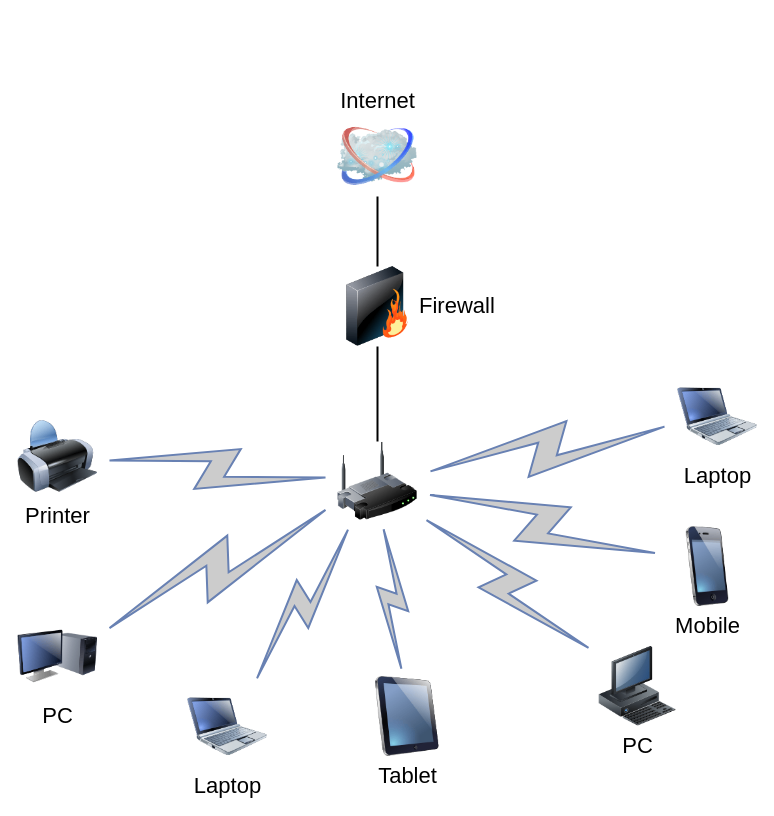
arizaman321/ScriptsMisc keeps this draw.io diagram as Untitled Diagram.drawio. Above is the earlier version. Source tidied: cells renumbered, new cells numbered last; positions are measured from the earlier drawing's top-left corner, leaving out a move shared by most shapes. Both pictures are drawn from the tidied source at 100%, with x=0, y=0 at pixel (17, 116).
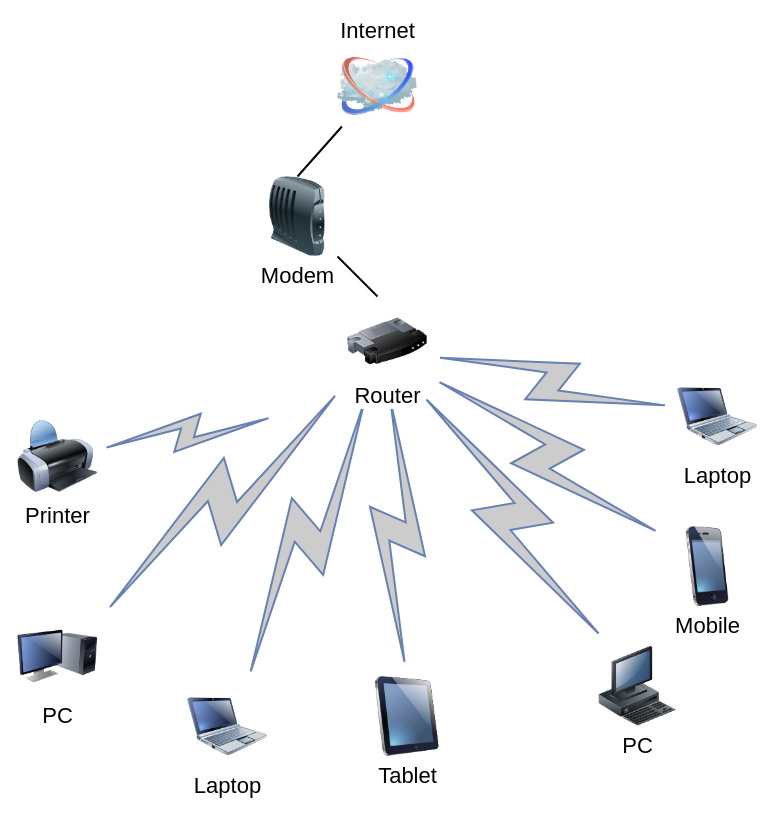
After the change.

The change refers to these unchanged cells:
```xml
<mxCell id="7" value="Tablet" style="image;html=1;labelBackgroundColor=#ffffff;image=img/lib/clip_art/computers/iPad_128x128.png;rounded=1;shadow=0;comic=0;strokeWidth=2;fontSize=22;" parent="1" vertex="1">
  <mxGeometry x="350" y="560" width="80" height="80" as="geometry" />
</mxCell>
<mxCell id="8" value="PC" style="image;html=1;labelBackgroundColor=#ffffff;image=img/lib/clip_art/computers/Monitor_Tower_128x128.png;rounded=1;shadow=0;comic=0;strokeWidth=2;fontSize=22;" parent="1" vertex="1">
  <mxGeometry y="500" width="80" height="80" as="geometry" />
</mxCell>
<mxCell id="9" value="Printer" style="image;html=1;labelBackgroundColor=#ffffff;image=img/lib/clip_art/computers/Printer_128x128.png;rounded=1;shadow=0;comic=0;strokeWidth=2;fontSize=22;" parent="1" vertex="1">
  <mxGeometry y="300" width="80" height="80" as="geometry" />
</mxCell>
<mxCell id="10" value="PC" style="image;html=1;labelBackgroundColor=#ffffff;image=img/lib/clip_art/computers/Workstation_128x128.png;rounded=1;shadow=0;comic=0;strokeWidth=2;fontSize=22;" parent="1" vertex="1">
  <mxGeometry x="580" y="530" width="80" height="80" as="geometry" />
</mxCell>
<mxCell id="11" value="Mobile" style="image;html=1;labelBackgroundColor=#ffffff;image=img/lib/clip_art/telecommunication/iPhone_128x128.png;rounded=1;shadow=0;comic=0;strokeWidth=2;fontSize=22;" parent="1" vertex="1">
  <mxGeometry x="650" y="410" width="80" height="80" as="geometry" />
</mxCell>
<mxCell id="12" value="Laptop" style="image;html=1;labelBackgroundColor=#ffffff;image=img/lib/clip_art/computers/Netbook_128x128.png;rounded=1;shadow=0;comic=0;strokeColor=#000000;strokeWidth=2;fillColor=#FFFFFF;fontSize=22;fontColor=#000000;" parent="1" vertex="1">
  <mxGeometry x="660" y="260" width="80" height="80" as="geometry" />
</mxCell>
<mxCell id="13" value="Laptop" style="image;html=1;labelBackgroundColor=#ffffff;image=img/lib/clip_art/computers/Netbook_128x128.png;rounded=1;shadow=0;comic=0;strokeWidth=2;fontSize=22;" parent="1" vertex="1">
  <mxGeometry x="170" y="570" width="80" height="80" as="geometry" />
</mxCell>
```

Change to the diagram source:
```diff
@@
-    <mxCell id="2" style="edgeStyle=none;rounded=0;html=1;labelBackgroundColor=none;endArrow=none;strokeWidth=2;fontFamily=Verdana;fontSize=22;" parent="1" edge="1" source="3" target="6">
-      <mxGeometry relative="1" as="geometry" />
+    <mxCell id="2" style="edgeStyle=none;rounded=0;html=1;labelBackgroundColor=none;endArrow=none;strokeWidth=2;fontFamily=Verdana;fontSize=22;entryX=1;entryY=1;entryDx=0;entryDy=0;" parent="1" edge="1" target="21">
+      <mxGeometry relative="1" as="geometry">
+        <mxPoint x="360" y="180" as="sourcePoint" />
+      </mxGeometry>
     </mxCell>
-    <mxCell id="3" style="image;html=1;labelBackgroundColor=#ffffff;image=img/lib/clip_art/networking/Wireless_Router_128x128.png;rounded=1;shadow=0;comic=0;strokeWidth=2;fontSize=22;" parent="1" vertex="1">
-      <mxGeometry x="320" y="325" width="80" height="80" as="geometry" />
-    </mxCell>
     <mxCell id="4" value="Internet" style="image;html=1;labelBackgroundColor=#ffffff;image=img/lib/clip_art/networking/Cloud_128x128.png;rounded=1;shadow=0;comic=0;strokeWidth=2;fontSize=22;labelPosition=center;verticalLabelPosition=top;align=center;verticalAlign=bottom;" parent="1" vertex="1">
-      <mxGeometry x="320" width="80" height="80" as="geometry" />
+      <mxGeometry x="320" y="-70" width="80" height="80" as="geometry" />
     </mxCell>
-    <mxCell id="5" style="edgeStyle=none;rounded=0;html=1;labelBackgroundColor=none;endArrow=none;strokeWidth=2;fontFamily=Verdana;fontSize=22;" parent="1" edge="1" source="6" target="4">
+    <mxCell id="5" style="edgeStyle=none;rounded=0;html=1;labelBackgroundColor=none;endArrow=none;strokeWidth=2;fontFamily=Verdana;fontSize=22;exitX=0.5;exitY=0;exitDx=0;exitDy=0;" parent="1" edge="1" source="21" target="4">
       <mxGeometry relative="1" as="geometry" />
     </mxCell>
-    <mxCell id="6" value="Firewall" style="image;html=1;labelBackgroundColor=#ffffff;image=img/lib/clip_art/networking/Firewall_128x128.png;rounded=1;shadow=0;comic=0;strokeWidth=2;fontSize=22;labelPosition=right;verticalLabelPosition=middle;align=left;verticalAlign=middle;" parent="1" vertex="1">
-      <mxGeometry x="320" y="150" width="80" height="80" as="geometry" />
-    </mxCell>
@@
-    <mxCell id="14" style="html=1;fillColor=#CCCCCC;strokeColor=#6881B3;gradientColor=none;gradientDirection=north;strokeWidth=2;shape=mxgraph.networks.comm_link_edge;html=1;labelBackgroundColor=none;endArrow=none;fontFamily=Verdana;fontSize=22;fontColor=#000000;" parent="1" edge="1" source="9" target="3">
-      <mxGeometry relative="1" as="geometry" />
+    <mxCell id="14" style="html=1;fillColor=#CCCCCC;strokeColor=#6881B3;gradientColor=none;gradientDirection=north;strokeWidth=2;shape=mxgraph.networks.comm_link_edge;html=1;labelBackgroundColor=none;endArrow=none;fontFamily=Verdana;fontSize=22;fontColor=#000000;" parent="1" edge="1" source="9">
+      <mxGeometry relative="1" as="geometry">
+        <mxPoint x="260" y="300" as="targetPoint" />
+      </mxGeometry>
     </mxCell>
-    <mxCell id="15" style="html=1;fillColor=#CCCCCC;strokeColor=#6881B3;gradientColor=none;gradientDirection=north;strokeWidth=2;shape=mxgraph.networks.comm_link_edge;html=1;labelBackgroundColor=none;endArrow=none;fontFamily=Verdana;fontSize=22;fontColor=#000000;fontStyle=1;" parent="1" edge="1" source="8" target="3">
-      <mxGeometry relative="1" as="geometry" />
+    <mxCell id="15" style="html=1;fillColor=#CCCCCC;strokeColor=#6881B3;gradientColor=none;gradientDirection=north;strokeWidth=2;shape=mxgraph.networks.comm_link_edge;html=1;labelBackgroundColor=none;endArrow=none;fontFamily=Verdana;fontSize=22;fontColor=#000000;fontStyle=1;" parent="1" edge="1" source="8">
+      <mxGeometry relative="1" as="geometry">
+        <mxPoint x="330" y="267.6" as="targetPoint" />
+      </mxGeometry>
     </mxCell>
-    <mxCell id="16" style="html=1;fillColor=#CCCCCC;strokeColor=#6881B3;gradientColor=none;gradientDirection=north;strokeWidth=2;shape=mxgraph.networks.comm_link_edge;html=1;labelBackgroundColor=none;endArrow=none;fontFamily=Verdana;fontSize=22;fontColor=#000000;" parent="1" edge="1" source="13" target="3">
-      <mxGeometry relative="1" as="geometry" />
+    <mxCell id="16" style="html=1;fillColor=#CCCCCC;strokeColor=#6881B3;gradientColor=none;gradientDirection=north;strokeWidth=2;shape=mxgraph.networks.comm_link_edge;html=1;labelBackgroundColor=none;endArrow=none;fontFamily=Verdana;fontSize=22;fontColor=#000000;" parent="1" edge="1" source="13">
+      <mxGeometry relative="1" as="geometry">
+        <mxPoint x="353.2" y="270" as="targetPoint" />
+      </mxGeometry>
     </mxCell>
-    <mxCell id="17" style="html=1;fillColor=#CCCCCC;strokeColor=#6881B3;gradientColor=none;gradientDirection=north;strokeWidth=2;shape=mxgraph.networks.comm_link_edge;html=1;labelBackgroundColor=none;endArrow=none;fontFamily=Verdana;fontSize=22;fontColor=#000000;" parent="1" edge="1" source="7" target="3">
-      <mxGeometry relative="1" as="geometry" />
+    <mxCell id="17" style="html=1;fillColor=#CCCCCC;strokeColor=#6881B3;gradientColor=none;gradientDirection=north;strokeWidth=2;shape=mxgraph.networks.comm_link_edge;html=1;labelBackgroundColor=none;endArrow=none;fontFamily=Verdana;fontSize=22;fontColor=#000000;" parent="1" edge="1" source="7">
+      <mxGeometry relative="1" as="geometry">
+        <mxPoint x="372.2" y="270" as="targetPoint" />
+      </mxGeometry>
     </mxCell>
-    <mxCell id="18" style="html=1;fillColor=#CCCCCC;strokeColor=#6881B3;gradientColor=none;gradientDirection=north;strokeWidth=2;shape=mxgraph.networks.comm_link_edge;html=1;labelBackgroundColor=none;endArrow=none;fontFamily=Verdana;fontSize=22;fontColor=#000000;" parent="1" edge="1" source="10" target="3">
-      <mxGeometry relative="1" as="geometry" />
+    <mxCell id="18" style="html=1;fillColor=#CCCCCC;strokeColor=#6881B3;gradientColor=none;gradientDirection=north;strokeWidth=2;shape=mxgraph.networks.comm_link_edge;html=1;labelBackgroundColor=none;endArrow=none;fontFamily=Verdana;fontSize=22;fontColor=#000000;" parent="1" edge="1" source="10">
+      <mxGeometry relative="1" as="geometry">
+        <mxPoint x="399.4" y="270" as="targetPoint" />
+      </mxGeometry>
     </mxCell>
-    <mxCell id="19" style="html=1;fillColor=#CCCCCC;strokeColor=#6881B3;gradientColor=none;gradientDirection=north;strokeWidth=2;shape=mxgraph.networks.comm_link_edge;html=1;labelBackgroundColor=none;endArrow=none;fontFamily=Verdana;fontSize=22;fontColor=#000000;" parent="1" edge="1" source="11" target="3">
-      <mxGeometry relative="1" as="geometry" />
+    <mxCell id="19" style="html=1;fillColor=#CCCCCC;strokeColor=#6881B3;gradientColor=none;gradientDirection=north;strokeWidth=2;shape=mxgraph.networks.comm_link_edge;html=1;labelBackgroundColor=none;endArrow=none;fontFamily=Verdana;fontSize=22;fontColor=#000000;" parent="1" edge="1" source="11">
+      <mxGeometry relative="1" as="geometry">
+        <mxPoint x="410" y="257.5" as="targetPoint" />
+      </mxGeometry>
     </mxCell>
-    <mxCell id="20" style="html=1;fillColor=#CCCCCC;strokeColor=#6881B3;gradientColor=none;gradientDirection=north;strokeWidth=2;shape=mxgraph.networks.comm_link_edge;html=1;labelBackgroundColor=none;endArrow=none;fontFamily=Verdana;fontSize=22;fontColor=#000000;" parent="1" edge="1" source="12" target="3">
-      <mxGeometry relative="1" as="geometry" />
+    <mxCell id="20" style="html=1;fillColor=#CCCCCC;strokeColor=#6881B3;gradientColor=none;gradientDirection=north;strokeWidth=2;shape=mxgraph.networks.comm_link_edge;html=1;labelBackgroundColor=none;endArrow=none;fontFamily=Verdana;fontSize=22;fontColor=#000000;" parent="1" edge="1" source="12">
+      <mxGeometry relative="1" as="geometry">
+        <mxPoint x="410" y="238.5" as="targetPoint" />
+      </mxGeometry>
     </mxCell>
+    <mxCell id="21" value="Modem" style="image;html=1;image=img/lib/clip_art/networking/Modem_128x128.png;fontSize=22;" parent="1" vertex="1">
+      <mxGeometry x="240" y="60" width="80" height="80" as="geometry" />
+    </mxCell>
+    <mxCell id="22" value="Router" style="image;html=1;image=img/lib/clip_art/networking/Router_128x128.png;fontSize=22;" parent="1" vertex="1">
+      <mxGeometry x="330" y="190" width="80" height="70" as="geometry" />
+    </mxCell>
```
